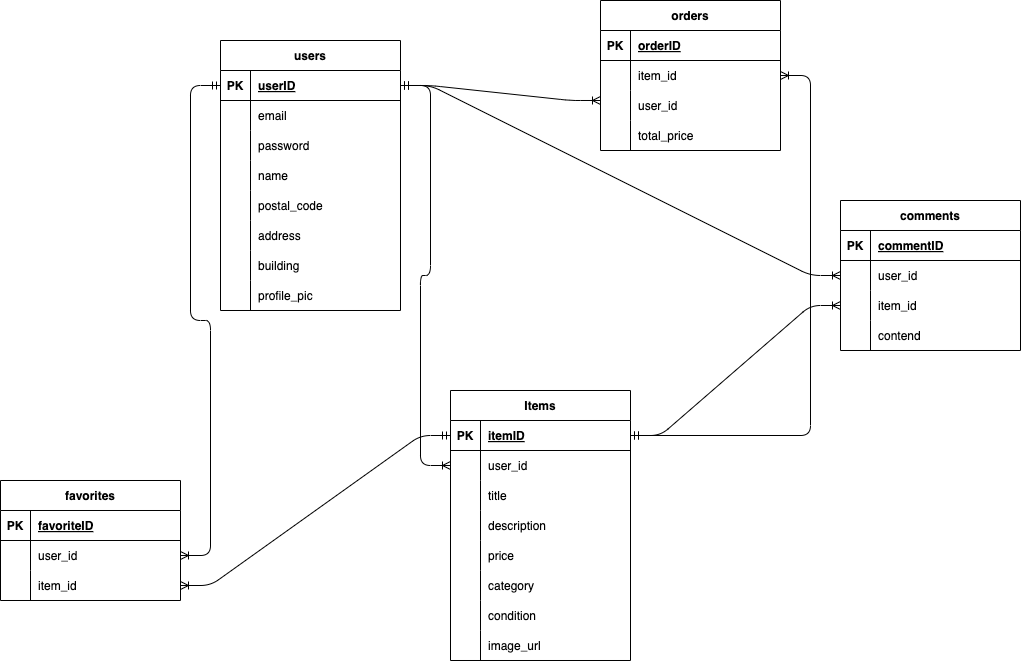
Earlier version of the draw.io export src/index.drawio.png (yanagimuneyoshi/furima). Source tidied: cells renumbered, new cells last; positions are measured from the earlier drawing's top-left corner, leaving out a move shared by most shapes.
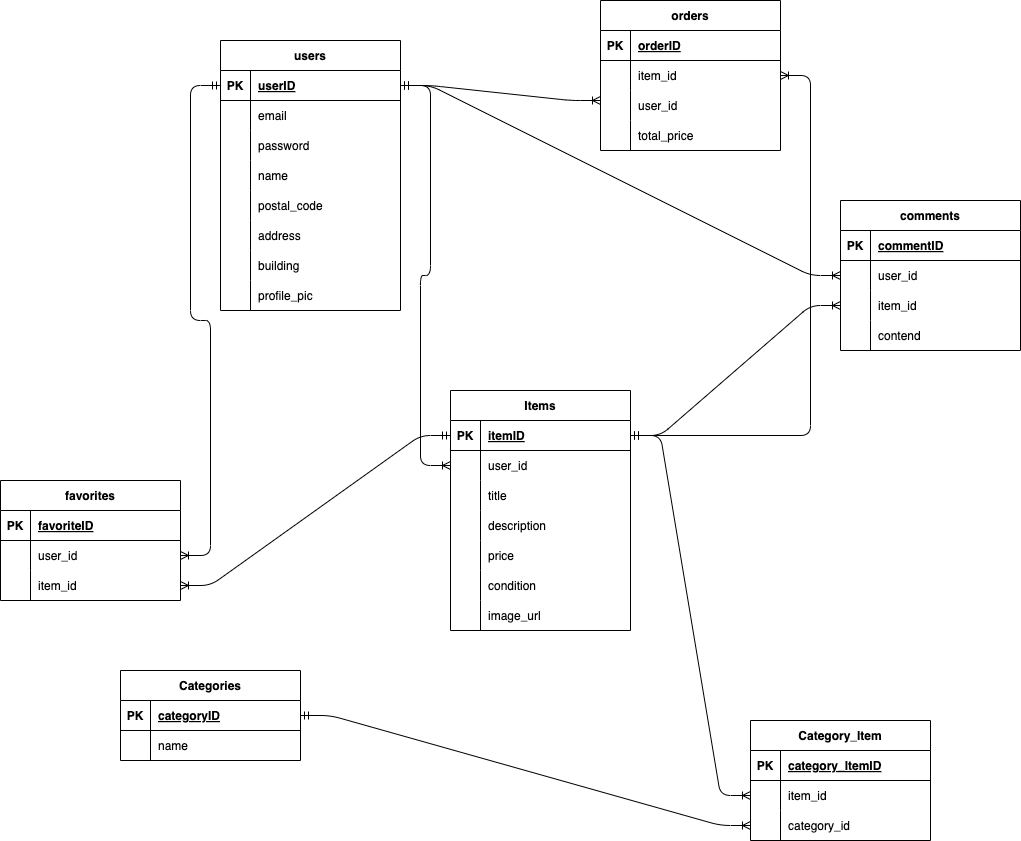
Above is the later version.

Diff of the diagram source:
```diff
@@ -117,7 +117,7 @@
       <mxGeometry x="30" width="150" height="30" as="geometry" />
     </mxCell>
     <mxCell id="40" value="Items" style="shape=table;startSize=30;rowLines=0;fontStyle=1;align=center;" parent="1" vertex="1">
-      <mxGeometry x="450" y="390" width="180" height="270" as="geometry" />
+      <mxGeometry x="450" y="390" width="180" height="240" as="geometry" />
     </mxCell>
     <mxCell id="41" style="shape=tableRow;horizontal=0;startSize=0;swimlaneHead=0;swimlaneBody=0;fillColor=none;points=[[0,0.5],[1,0.5]];portConstraint=eastwest;top=0;left=0;right=0;bottom=1;" parent="40" vertex="1">
       <mxGeometry y="30" width="180" height="30" as="geometry" />
@@ -164,17 +164,8 @@
     <mxCell id="55" value="price" style="shape=partialRectangle;fillColor=none;top=0;left=0;bottom=0;right=0;align=left;spacingLeft=6;overflow=hidden;" parent="53" vertex="1">
       <mxGeometry x="30" width="150" height="30" as="geometry" />
     </mxCell>
-    <mxCell id="56" style="shape=tableRow;horizontal=0;startSize=0;swimlaneHead=0;swimlaneBody=0;fillColor=none;top=0;left=0;right=0;bottom=0;" parent="40" vertex="1">
-      <mxGeometry y="180" width="180" height="30" as="geometry" />
-    </mxCell>
-    <mxCell id="57" style="shape=partialRectangle;fillColor=none;top=0;left=0;bottom=0;right=0;overflow=hidden;" parent="56" vertex="1">
-      <mxGeometry width="30" height="30" as="geometry" />
-    </mxCell>
-    <mxCell id="58" value="category" style="shape=partialRectangle;fillColor=none;top=0;left=0;bottom=0;right=0;align=left;spacingLeft=6;overflow=hidden;" parent="56" vertex="1">
-      <mxGeometry x="30" width="150" height="30" as="geometry" />
-    </mxCell>
     <mxCell id="59" style="shape=tableRow;horizontal=0;startSize=0;swimlaneHead=0;swimlaneBody=0;fillColor=none;top=0;left=0;right=0;bottom=0;" parent="40" vertex="1">
-      <mxGeometry y="210" width="180" height="30" as="geometry" />
+      <mxGeometry y="180" width="180" height="30" as="geometry" />
     </mxCell>
     <mxCell id="60" style="shape=partialRectangle;fillColor=none;top=0;left=0;bottom=0;right=0;overflow=hidden;" parent="59" vertex="1">
       <mxGeometry width="30" height="30" as="geometry" />
@@ -183,7 +174,7 @@
       <mxGeometry x="30" width="150" height="30" as="geometry" />
     </mxCell>
     <mxCell id="62" style="shape=tableRow;horizontal=0;startSize=0;swimlaneHead=0;swimlaneBody=0;fillColor=none;top=0;left=0;right=0;bottom=0;" parent="40" vertex="1">
-      <mxGeometry y="240" width="180" height="30" as="geometry" />
+      <mxGeometry y="210" width="180" height="30" as="geometry" />
     </mxCell>
     <mxCell id="63" style="shape=partialRectangle;fillColor=none;top=0;left=0;bottom=0;right=0;overflow=hidden;" parent="62" vertex="1">
       <mxGeometry width="30" height="30" as="geometry" />
@@ -283,5 +274,62 @@
     <mxCell id="94" style="edgeStyle=entityRelationEdgeStyle;fontSize=12;html=1;endArrow=ERoneToMany;startArrow=ERmandOne;exitX=1;exitY=0.5;exitDx=0;exitDy=0;entryX=0;entryY=0.5;entryDx=0;entryDy=0;" parent="1" edge="1" source="41" target="82">
       <mxGeometry relative="1" as="geometry" />
     </mxCell>
+    <mxCell id="95" value="Categories" style="shape=table;startSize=30;rowLines=0;fontStyle=1;align=center;" parent="1" vertex="1">
+      <mxGeometry x="120" y="670" width="180" height="90" as="geometry" />
+    </mxCell>
+    <mxCell id="96" style="shape=tableRow;horizontal=0;startSize=0;swimlaneHead=0;swimlaneBody=0;fillColor=none;points=[[0,0.5],[1,0.5]];portConstraint=eastwest;top=0;left=0;right=0;bottom=1;" parent="95" vertex="1">
+      <mxGeometry y="30" width="180" height="30" as="geometry" />
+    </mxCell>
+    <mxCell id="97" value="PK" style="shape=partialRectangle;fillColor=none;top=0;left=0;bottom=0;right=0;fontStyle=1;overflow=hidden;" parent="96" vertex="1">
+      <mxGeometry width="30" height="30" as="geometry" />
+    </mxCell>
+    <mxCell id="98" value="categoryID" style="shape=partialRectangle;fillColor=none;top=0;left=0;bottom=0;right=0;align=left;spacingLeft=6;fontStyle=5;overflow=hidden;" parent="96" vertex="1">
+      <mxGeometry x="30" width="150" height="30" as="geometry" />
+    </mxCell>
+    <mxCell id="99" style="shape=tableRow;horizontal=0;startSize=0;swimlaneHead=0;swimlaneBody=0;fillColor=none;top=0;left=0;right=0;bottom=0;" parent="95" vertex="1">
+      <mxGeometry y="60" width="180" height="30" as="geometry" />
+    </mxCell>
+    <mxCell id="100" style="shape=partialRectangle;fillColor=none;top=0;left=0;bottom=0;right=0;overflow=hidden;" parent="99" vertex="1">
+      <mxGeometry width="30" height="30" as="geometry" />
+    </mxCell>
+    <mxCell id="101" value="name" style="shape=partialRectangle;fillColor=none;top=0;left=0;bottom=0;right=0;align=left;spacingLeft=6;overflow=hidden;" parent="99" vertex="1">
+      <mxGeometry x="30" width="150" height="30" as="geometry" />
+    </mxCell>
+    <mxCell id="102" value="Category_Item" style="shape=table;startSize=30;rowLines=0;fontStyle=1;align=center;" parent="1" vertex="1">
+      <mxGeometry x="750" y="720" width="180" height="120" as="geometry" />
+    </mxCell>
+    <mxCell id="103" style="shape=tableRow;horizontal=0;startSize=0;swimlaneHead=0;swimlaneBody=0;fillColor=none;top=0;left=0;right=0;bottom=1;" parent="102" vertex="1">
+      <mxGeometry y="30" width="180" height="30" as="geometry" />
+    </mxCell>
+    <mxCell id="104" value="PK" style="shape=partialRectangle;fillColor=none;top=0;left=0;bottom=0;right=0;fontStyle=1;overflow=hidden;" parent="103" vertex="1">
+      <mxGeometry width="30" height="30" as="geometry" />
+    </mxCell>
+    <mxCell id="105" value="category_ItemID" style="shape=partialRectangle;fillColor=none;top=0;left=0;bottom=0;right=0;align=left;spacingLeft=6;fontStyle=5;overflow=hidden;" parent="103" vertex="1">
+      <mxGeometry x="30" width="150" height="30" as="geometry" />
+    </mxCell>
+    <mxCell id="106" style="shape=tableRow;horizontal=0;startSize=0;swimlaneHead=0;swimlaneBody=0;fillColor=none;points=[[0,0.5],[1,0.5]];portConstraint=eastwest;top=0;left=0;right=0;bottom=0;" parent="102" vertex="1">
+      <mxGeometry y="60" width="180" height="30" as="geometry" />
+    </mxCell>
+    <mxCell id="107" style="shape=partialRectangle;fillColor=none;top=0;left=0;bottom=0;right=0;overflow=hidden;" parent="106" vertex="1">
+      <mxGeometry width="30" height="30" as="geometry" />
+    </mxCell>
+    <mxCell id="108" value="item_id" style="shape=partialRectangle;fillColor=none;top=0;left=0;bottom=0;right=0;align=left;spacingLeft=6;overflow=hidden;" parent="106" vertex="1">
+      <mxGeometry x="30" width="150" height="30" as="geometry" />
+    </mxCell>
+    <mxCell id="109" style="shape=tableRow;horizontal=0;startSize=0;swimlaneHead=0;swimlaneBody=0;fillColor=none;points=[[0,0.5],[1,0.5]];portConstraint=eastwest;top=0;left=0;right=0;bottom=0;" parent="102" vertex="1">
+      <mxGeometry y="90" width="180" height="30" as="geometry" />
+    </mxCell>
+    <mxCell id="110" style="shape=partialRectangle;fillColor=none;top=0;left=0;bottom=0;right=0;overflow=hidden;" parent="109" vertex="1">
+      <mxGeometry width="30" height="30" as="geometry" />
+    </mxCell>
+    <mxCell id="111" value="category_id" style="shape=partialRectangle;fillColor=none;top=0;left=0;bottom=0;right=0;align=left;spacingLeft=6;overflow=hidden;" parent="109" vertex="1">
+      <mxGeometry x="30" width="150" height="30" as="geometry" />
+    </mxCell>
+    <mxCell id="112" style="edgeStyle=entityRelationEdgeStyle;fontSize=12;html=1;endArrow=ERoneToMany;startArrow=ERmandOne;exitX=1;exitY=0.5;exitDx=0;exitDy=0;entryX=0;entryY=0.5;entryDx=0;entryDy=0;" parent="1" edge="1" source="96" target="109">
+      <mxGeometry relative="1" as="geometry" />
+    </mxCell>
+    <mxCell id="113" style="edgeStyle=entityRelationEdgeStyle;fontSize=12;html=1;endArrow=ERoneToMany;startArrow=ERmandOne;entryX=0;entryY=0.5;entryDx=0;entryDy=0;" parent="1" edge="1" source="41" target="106">
+      <mxGeometry relative="1" as="geometry" />
+    </mxCell>
   </root>
 </mxGraphModel>
```
